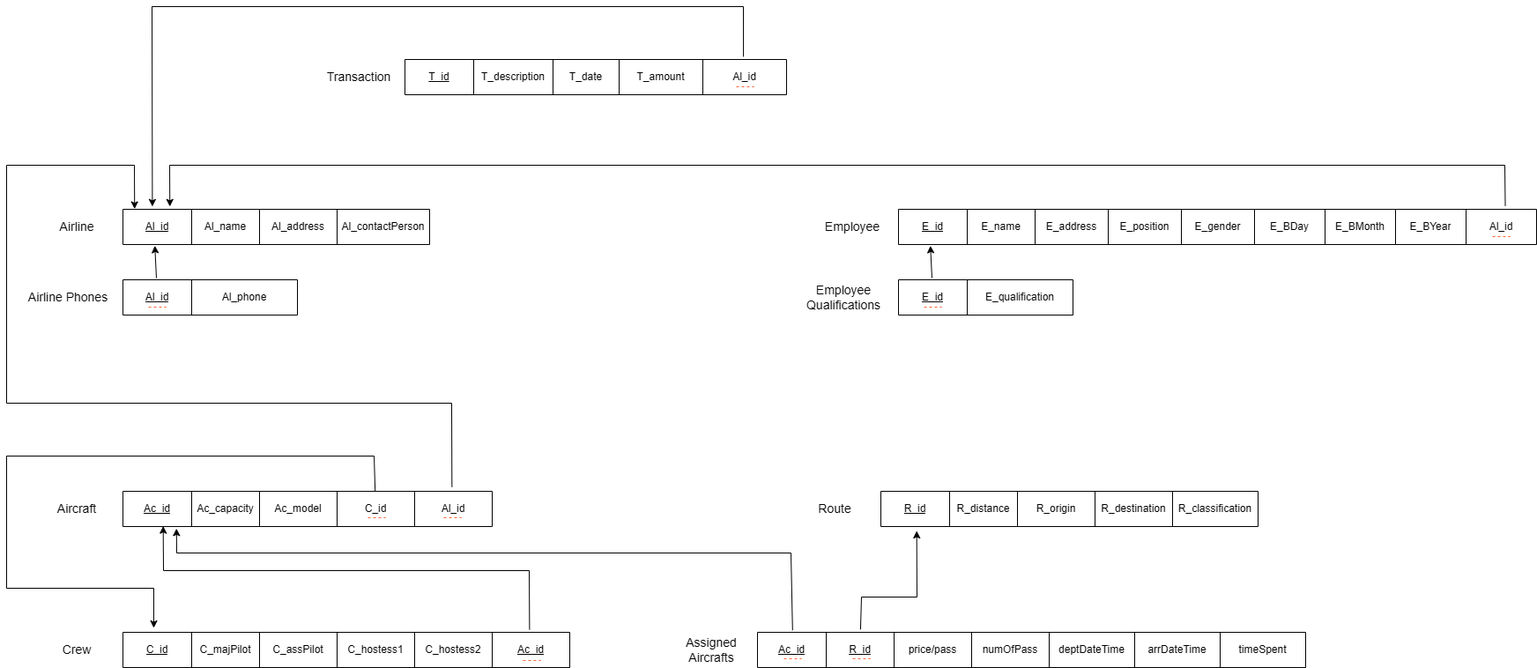
Above: labs/Database/Lab_2/Part_1/ERD_4-Mapping.png in ku18m/iti-dotnet (draw.io), before the change. Source tidied: cells renumbered, new cells last; positions are measured from the earlier drawing's top-left corner, leaving out a move shared by most shapes.
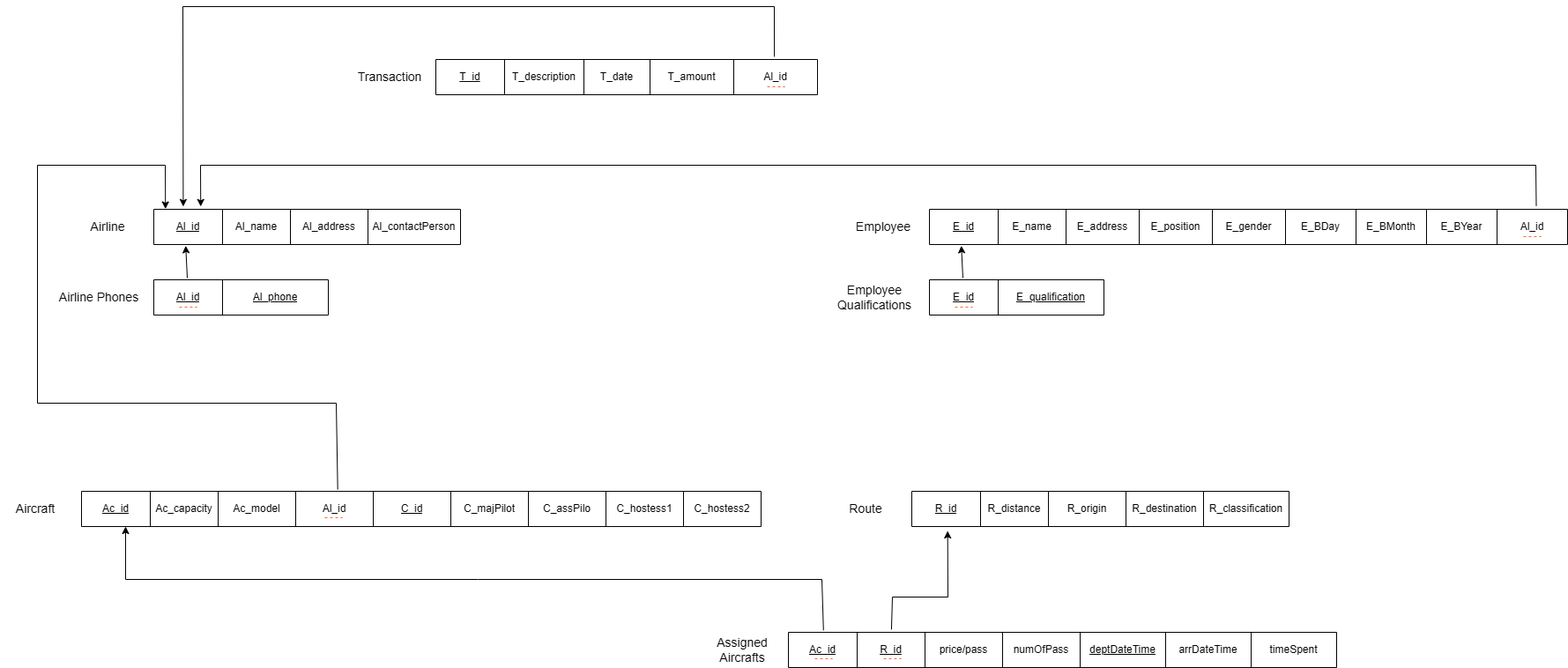
Above is the later version.

Commit message:
Lab_2 modifications

Diff of the diagram source:
```diff
@@ -32,7 +32,7 @@
     <mxCell id="11" value="&lt;u&gt;E_id&lt;/u&gt;" style="shape=partialRectangle;html=1;whiteSpace=wrap;strokeColor=inherit;overflow=hidden;fillColor=none;top=0;left=0;bottom=0;right=0;" parent="10" vertex="1">
       <mxGeometry width="78" height="40" as="geometry" />
     </mxCell>
-    <mxCell id="12" value="E_qualification" style="shape=partialRectangle;html=1;whiteSpace=wrap;strokeColor=inherit;overflow=hidden;fillColor=none;top=0;left=0;bottom=0;right=0;" parent="10" vertex="1">
+    <mxCell id="12" value="&lt;u&gt;E_qualification&lt;/u&gt;" style="shape=partialRectangle;html=1;whiteSpace=wrap;strokeColor=inherit;overflow=hidden;fillColor=none;top=0;left=0;bottom=0;right=0;" parent="10" vertex="1">
       <mxGeometry x="78" width="120" height="40" as="geometry" />
     </mxCell>
     <mxCell id="13" value="&lt;span style=&quot;font-size: 14px;&quot;&gt;Employee Qualifications&lt;/span&gt;" style="text;html=1;align=center;verticalAlign=middle;whiteSpace=wrap;rounded=0;" parent="1" vertex="1">
@@ -95,7 +95,7 @@
     <mxCell id="30" value="&lt;u&gt;Al_id&lt;/u&gt;" style="shape=partialRectangle;html=1;whiteSpace=wrap;strokeColor=inherit;overflow=hidden;fillColor=none;top=0;left=0;bottom=0;right=0;" parent="29" vertex="1">
       <mxGeometry width="78" height="40" as="geometry" />
     </mxCell>
-    <mxCell id="31" value="Al_phone" style="shape=partialRectangle;html=1;whiteSpace=wrap;strokeColor=inherit;overflow=hidden;fillColor=none;top=0;left=0;bottom=0;right=0;" parent="29" vertex="1">
+    <mxCell id="31" value="&lt;u&gt;Al_phone&lt;/u&gt;" style="shape=partialRectangle;html=1;whiteSpace=wrap;strokeColor=inherit;overflow=hidden;fillColor=none;top=0;left=0;bottom=0;right=0;" parent="29" vertex="1">
       <mxGeometry x="78" width="120" height="40" as="geometry" />
     </mxCell>
     <mxCell id="32" value="&lt;span style=&quot;font-size: 14px;&quot;&gt;Airline Phones&lt;/span&gt;" style="text;html=1;align=center;verticalAlign=middle;whiteSpace=wrap;rounded=0;" parent="1" vertex="1">
@@ -138,10 +138,10 @@
       <mxGeometry x="360" y="65" width="80" height="30" as="geometry" />
     </mxCell>
     <mxCell id="43" style="shape=table;startSize=0;" parent="1" vertex="1">
-      <mxGeometry x="132" y="550" width="419" height="40" as="geometry" />
+      <mxGeometry x="50" y="550" width="771" height="40" as="geometry" />
     </mxCell>
     <mxCell id="44" style="shape=tableRow;horizontal=0;startSize=0;swimlaneHead=0;swimlaneBody=0;strokeColor=inherit;top=0;left=0;bottom=0;right=0;fillColor=none;points=[[0,0.5],[1,0.5]];portConstraint=eastwest;" parent="43" vertex="1">
-      <mxGeometry width="419" height="40" as="geometry" />
+      <mxGeometry width="771" height="40" as="geometry" />
     </mxCell>
     <mxCell id="45" value="&lt;u&gt;Ac_id&lt;/u&gt;" style="shape=partialRectangle;html=1;whiteSpace=wrap;strokeColor=inherit;overflow=hidden;fillColor=none;top=0;left=0;bottom=0;right=0;" parent="44" vertex="1">
       <mxGeometry width="78" height="40" as="geometry" />
@@ -152,42 +152,27 @@
     <mxCell id="47" value="Ac_model" style="shape=partialRectangle;html=1;whiteSpace=wrap;strokeColor=inherit;overflow=hidden;fillColor=none;top=0;left=0;bottom=0;right=0;" parent="44" vertex="1">
       <mxGeometry x="155" width="88" height="40" as="geometry" />
     </mxCell>
-    <mxCell id="48" value="C_id" style="shape=partialRectangle;html=1;whiteSpace=wrap;strokeColor=inherit;overflow=hidden;fillColor=none;top=0;left=0;bottom=0;right=0;" parent="44" vertex="1">
-      <mxGeometry x="243" width="88" height="40" as="geometry" />
-    </mxCell>
     <mxCell id="49" value="Al_id" style="shape=partialRectangle;html=1;whiteSpace=wrap;strokeColor=inherit;overflow=hidden;fillColor=none;top=0;left=0;bottom=0;right=0;" parent="44" vertex="1">
-      <mxGeometry x="331" width="88" height="40" as="geometry" />
+      <mxGeometry x="243" width="88" height="40" as="geometry" />
     </mxCell>
-    <mxCell id="50" value="&lt;span style=&quot;font-size: 14px;&quot;&gt;Aircraft&lt;/span&gt;" style="text;html=1;align=center;verticalAlign=middle;whiteSpace=wrap;rounded=0;" parent="1" vertex="1">
-      <mxGeometry x="40" y="555" width="80" height="30" as="geometry" />
-    </mxCell>
-    <mxCell id="51" style="shape=table;startSize=0;" parent="1" vertex="1">
-      <mxGeometry x="132" y="710" width="507" height="40" as="geometry" />
-    </mxCell>
-    <mxCell id="52" style="shape=tableRow;horizontal=0;startSize=0;swimlaneHead=0;swimlaneBody=0;strokeColor=inherit;top=0;left=0;bottom=0;right=0;fillColor=none;points=[[0,0.5],[1,0.5]];portConstraint=eastwest;" parent="51" vertex="1">
-      <mxGeometry width="507" height="40" as="geometry" />
-    </mxCell>
-    <mxCell id="53" value="&lt;u&gt;C_id&lt;/u&gt;" style="shape=partialRectangle;html=1;whiteSpace=wrap;strokeColor=inherit;overflow=hidden;fillColor=none;top=0;left=0;bottom=0;right=0;" parent="52" vertex="1">
-      <mxGeometry width="78" height="40" as="geometry" />
+    <mxCell id="53" value="&lt;u&gt;C_id&lt;/u&gt;" style="shape=partialRectangle;html=1;whiteSpace=wrap;strokeColor=inherit;overflow=hidden;fillColor=none;top=0;left=0;bottom=0;right=0;" parent="44" vertex="1">
+      <mxGeometry x="331" width="88" height="40" as="geometry" />
     </mxCell>
-    <mxCell id="54" value="C_majPilot" style="shape=partialRectangle;html=1;whiteSpace=wrap;strokeColor=inherit;overflow=hidden;fillColor=none;top=0;left=0;bottom=0;right=0;" parent="52" vertex="1">
-      <mxGeometry x="78" width="77" height="40" as="geometry" />
+    <mxCell id="54" value="C_majPilot" style="shape=partialRectangle;html=1;whiteSpace=wrap;strokeColor=inherit;overflow=hidden;fillColor=none;top=0;left=0;bottom=0;right=0;" parent="44" vertex="1">
+      <mxGeometry x="419" width="88" height="40" as="geometry" />
     </mxCell>
-    <mxCell id="55" value="C_assPilot" style="shape=partialRectangle;html=1;whiteSpace=wrap;strokeColor=inherit;overflow=hidden;fillColor=none;top=0;left=0;bottom=0;right=0;" parent="52" vertex="1">
-      <mxGeometry x="155" width="88" height="40" as="geometry" />
-    </mxCell>
+    <mxCell id="92" value="C_assPilo" style="shape=partialRectangle;html=1;whiteSpace=wrap;strokeColor=inherit;overflow=hidden;fillColor=none;top=0;left=0;bottom=0;right=0;" parent="44" vertex="1">
+      <mxGeometry x="507" width="88" height="40" as="geometry" />
+    </mxCell>
-    <mxCell id="56" value="C_hostess1" style="shape=partialRectangle;html=1;whiteSpace=wrap;strokeColor=inherit;overflow=hidden;fillColor=none;top=0;left=0;bottom=0;right=0;" parent="52" vertex="1">
-      <mxGeometry x="243" width="88" height="40" as="geometry" />
+    <mxCell id="56" value="C_hostess1" style="shape=partialRectangle;html=1;whiteSpace=wrap;strokeColor=inherit;overflow=hidden;fillColor=none;top=0;left=0;bottom=0;right=0;" parent="44" vertex="1">
+      <mxGeometry x="595" width="88" height="40" as="geometry" />
     </mxCell>
-    <mxCell id="57" value="C_hostess2" style="shape=partialRectangle;html=1;whiteSpace=wrap;strokeColor=inherit;overflow=hidden;fillColor=none;top=0;left=0;bottom=0;right=0;" parent="52" vertex="1">
-      <mxGeometry x="331" width="88" height="40" as="geometry" />
+    <mxCell id="57" value="C_hostess2" style="shape=partialRectangle;html=1;whiteSpace=wrap;strokeColor=inherit;overflow=hidden;fillColor=none;top=0;left=0;bottom=0;right=0;" parent="44" vertex="1">
+      <mxGeometry x="683" width="88" height="40" as="geometry" />
     </mxCell>
-    <mxCell id="58" value="&lt;u&gt;Ac_id&lt;/u&gt;" style="shape=partialRectangle;html=1;whiteSpace=wrap;strokeColor=inherit;overflow=hidden;fillColor=none;top=0;left=0;bottom=0;right=0;" parent="52" vertex="1">
-      <mxGeometry x="419" width="88" height="40" as="geometry" />
-    </mxCell>
-    <mxCell id="59" value="&lt;span style=&quot;font-size: 14px;&quot;&gt;Crew&lt;/span&gt;" style="text;html=1;align=center;verticalAlign=middle;whiteSpace=wrap;rounded=0;" parent="1" vertex="1">
-      <mxGeometry x="40" y="715" width="80" height="30" as="geometry" />
-    </mxCell>
+    <mxCell id="50" value="&lt;span style=&quot;font-size: 14px;&quot;&gt;Aircraft&lt;/span&gt;" style="text;html=1;align=center;verticalAlign=middle;whiteSpace=wrap;rounded=0;" parent="1" vertex="1">
+      <mxGeometry x="-42" y="555" width="80" height="30" as="geometry" />
+    </mxCell>
     <mxCell id="60" style="shape=table;startSize=0;" parent="1" vertex="1">
       <mxGeometry x="992" y="550" width="428" height="40" as="geometry" />
     </mxCell>
@@ -212,36 +197,6 @@
     <mxCell id="67" value="&lt;span style=&quot;font-size: 14px;&quot;&gt;Route&lt;/span&gt;" style="text;html=1;align=center;verticalAlign=middle;whiteSpace=wrap;rounded=0;" parent="1" vertex="1">
       <mxGeometry x="900" y="555" width="80" height="30" as="geometry" />
     </mxCell>
-    <mxCell id="68" style="endArrow=none;dashed=1;html=1;rounded=0;fillColor=#EA6B66;strokeColor=#FF6536;" parent="1" edge="1">
-      <mxGeometry relative="1" as="geometry">
-        <mxPoint x="586" y="742" as="sourcePoint" />
-        <mxPoint x="606" y="742" as="targetPoint" />
-      </mxGeometry>
-    </mxCell>
-    <mxCell id="69" style="endArrow=none;dashed=1;html=1;rounded=0;fillColor=#EA6B66;strokeColor=#FF6536;" parent="1" edge="1">
-      <mxGeometry relative="1" as="geometry">
-        <mxPoint x="410" y="580" as="sourcePoint" />
-        <mxPoint x="430" y="580" as="targetPoint" />
-      </mxGeometry>
-    </mxCell>
-    <mxCell id="70" style="endArrow=classic;html=1;rounded=0;exitX=0.91;exitY=-0.079;exitDx=0;exitDy=0;exitPerimeter=0;entryX=0.109;entryY=0.989;entryDx=0;entryDy=0;entryPerimeter=0;" parent="1" edge="1" source="52" target="44">
-      <mxGeometry relative="1" as="geometry">
-        <Array as="points">
-          <mxPoint x="593" y="640" />
-          <mxPoint x="178" y="640" />
-        </Array>
-      </mxGeometry>
-    </mxCell>
-    <mxCell id="71" style="endArrow=classic;html=1;rounded=0;exitX=0.683;exitY=0.011;exitDx=0;exitDy=0;exitPerimeter=0;entryX=0.069;entryY=-0.125;entryDx=0;entryDy=0;entryPerimeter=0;" parent="1" edge="1" source="44" target="52">
-      <mxGeometry relative="1" as="geometry">
-        <Array as="points">
-          <mxPoint x="417" y="510" />
-          <mxPoint y="510" />
-          <mxPoint y="660" />
-          <mxPoint x="167" y="660" />
-        </Array>
-      </mxGeometry>
-    </mxCell>
     <mxCell id="72" style="endArrow=none;dashed=1;html=1;rounded=0;fillColor=#EA6B66;strokeColor=#FF6536;" parent="1" edge="1">
       <mxGeometry relative="1" as="geometry">
         <mxPoint x="828" y="91" as="sourcePoint" />
@@ -258,14 +213,14 @@
     </mxCell>
     <mxCell id="74" style="endArrow=none;dashed=1;html=1;rounded=0;fillColor=#EA6B66;strokeColor=#FF6536;" parent="1" edge="1">
       <mxGeometry relative="1" as="geometry">
-        <mxPoint x="496" y="580" as="sourcePoint" />
-        <mxPoint x="516" y="580" as="targetPoint" />
+        <mxPoint x="326" y="580" as="sourcePoint" />
+        <mxPoint x="346" y="580" as="targetPoint" />
       </mxGeometry>
     </mxCell>
-    <mxCell id="75" style="endArrow=classic;html=1;rounded=0;exitX=0.891;exitY=-0.125;exitDx=0;exitDy=0;exitPerimeter=0;entryX=0.038;entryY=-0.011;entryDx=0;entryDy=0;entryPerimeter=0;" parent="1" edge="1" source="44" target="3">
+    <mxCell id="75" style="endArrow=classic;html=1;rounded=0;entryX=0.038;entryY=-0.011;entryDx=0;entryDy=0;entryPerimeter=0;exitX=0.377;exitY=-0.054;exitDx=0;exitDy=0;exitPerimeter=0;" parent="1" edge="1" source="44" target="3">
       <mxGeometry relative="1" as="geometry">
         <Array as="points">
-          <mxPoint x="505" y="450" />
+          <mxPoint x="339" y="450" />
           <mxPoint y="450" />
           <mxPoint y="180" />
           <mxPoint x="145" y="180" />
@@ -304,7 +259,7 @@
     <mxCell id="83" value="numOfPass" style="shape=partialRectangle;html=1;whiteSpace=wrap;strokeColor=inherit;overflow=hidden;fillColor=none;top=0;left=0;bottom=0;right=0;" parent="79" vertex="1">
       <mxGeometry x="243" width="88" height="40" as="geometry" />
     </mxCell>
-    <mxCell id="84" value="deptDateTime" style="shape=partialRectangle;html=1;whiteSpace=wrap;strokeColor=inherit;overflow=hidden;fillColor=none;top=0;left=0;bottom=0;right=0;" parent="79" vertex="1">
+    <mxCell id="84" value="&lt;u&gt;deptDateTime&lt;/u&gt;" style="shape=partialRectangle;html=1;whiteSpace=wrap;strokeColor=inherit;overflow=hidden;fillColor=none;top=0;left=0;bottom=0;right=0;" parent="79" vertex="1">
       <mxGeometry x="331" width="97" height="40" as="geometry" />
     </mxCell>
     <mxCell id="85" value="arrDateTime" style="shape=partialRectangle;html=1;whiteSpace=wrap;strokeColor=inherit;overflow=hidden;fillColor=none;top=0;left=0;bottom=0;right=0;" parent="79" vertex="1">
@@ -336,11 +291,13 @@
         </Array>
       </mxGeometry>
     </mxCell>
-    <mxCell id="91" style="endArrow=classic;html=1;rounded=0;exitX=0.064;exitY=-0.057;exitDx=0;exitDy=0;exitPerimeter=0;entryX=0.145;entryY=1.057;entryDx=0;entryDy=0;entryPerimeter=0;" parent="1" edge="1" source="79" target="44">
+    <mxCell id="91" style="endArrow=classic;html=1;rounded=0;exitX=0.064;exitY=-0.057;exitDx=0;exitDy=0;exitPerimeter=0;" parent="1" edge="1" source="79">
       <mxGeometry relative="1" as="geometry">
+        <mxPoint x="100" y="590" as="targetPoint" />
         <Array as="points">
-          <mxPoint x="890" y="620" />
-          <mxPoint x="193" y="620" />
+          <mxPoint x="890" y="650" />
+          <mxPoint x="500" y="650" />
+          <mxPoint x="100" y="650" />
         </Array>
       </mxGeometry>
     </mxCell>
```
